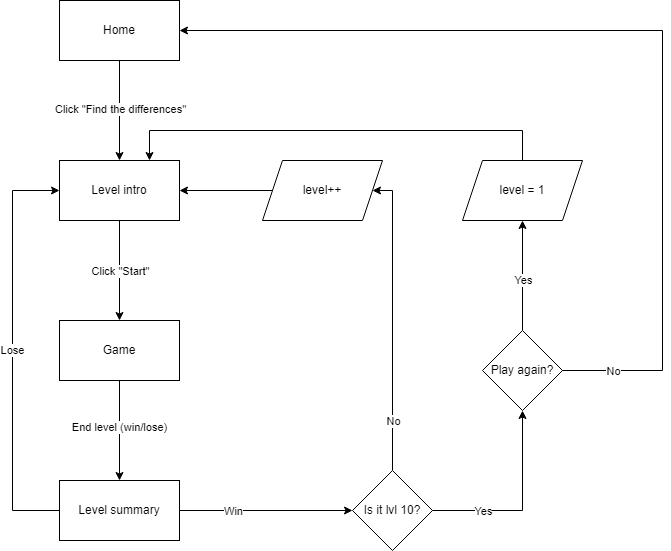
vasilyoshev/ai-assistant keeps this draw.io diagram as flowchart.png. Above is the earlier version. Source tidied: cells renumbered, new cells last; positions are measured from the earlier drawing's top-left corner, leaving out a move shared by most shapes.
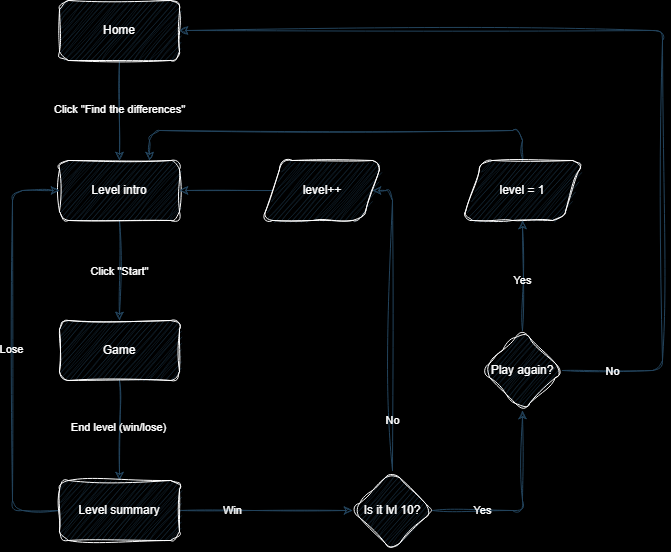
After the commit.

Change to the diagram source:
```diff
@@ -1,35 +1,35 @@
-<mxGraphModel>
+<mxGraphModel background="#000000">
   <root>
     <mxCell id="0" />
     <mxCell id="1" parent="0" />
-    <mxCell id="2" style="edgeStyle=orthogonalEdgeStyle;rounded=0;jettySize=auto;html=1;" parent="1" edge="1" source="4" target="7">
+    <mxCell id="2" style="edgeStyle=orthogonalEdgeStyle;rounded=1;jettySize=auto;html=1;labelBackgroundColor=none;strokeColor=#23445D;fontColor=default;sketch=1;curveFitting=1;jiggle=2;" parent="1" edge="1" source="4" target="7">
       <mxGeometry relative="1" as="geometry" />
     </mxCell>
-    <mxCell id="3" value="Click &quot;Find the differences&quot;" style="edgeLabel;html=1;align=center;verticalAlign=middle;" parent="2" vertex="1">
+    <mxCell id="3" value="Click &quot;Find the differences&quot;" style="edgeLabel;html=1;align=center;verticalAlign=middle;labelBackgroundColor=none;fontColor=#FFFFFF;rounded=1;sketch=1;curveFitting=1;jiggle=2;" parent="2" vertex="1">
       <mxGeometry x="-0.04" relative="1" as="geometry" />
     </mxCell>
-    <mxCell id="4" value="Home" style="rounded=0;whiteSpace=wrap;html=1;" parent="1" vertex="1">
+    <mxCell id="4" value="Home" style="rounded=1;whiteSpace=wrap;html=1;labelBackgroundColor=none;fillColor=#182E3E;strokeColor=#FFFFFF;fontColor=#FFFFFF;sketch=1;curveFitting=1;jiggle=2;" parent="1" vertex="1">
       <mxGeometry x="47" width="120" height="60" as="geometry" />
     </mxCell>
-    <mxCell id="5" style="edgeStyle=orthogonalEdgeStyle;rounded=0;jettySize=auto;html=1;exitX=0.5;exitY=1;exitDx=0;exitDy=0;entryX=0.5;entryY=0;entryDx=0;entryDy=0;" parent="1" edge="1" source="7" target="10">
+    <mxCell id="5" style="edgeStyle=orthogonalEdgeStyle;rounded=1;jettySize=auto;html=1;exitX=0.5;exitY=1;exitDx=0;exitDy=0;entryX=0.5;entryY=0;entryDx=0;entryDy=0;labelBackgroundColor=none;strokeColor=#23445D;fontColor=default;sketch=1;curveFitting=1;jiggle=2;" parent="1" edge="1" source="7" target="10">
       <mxGeometry relative="1" as="geometry" />
     </mxCell>
-    <mxCell id="6" value="Click &quot;Start&quot;" style="edgeLabel;html=1;align=center;verticalAlign=middle;" parent="5" vertex="1">
+    <mxCell id="6" value="Click &quot;Start&quot;" style="edgeLabel;html=1;align=center;verticalAlign=middle;labelBackgroundColor=none;fontColor=#FFFFFF;rounded=1;sketch=1;curveFitting=1;jiggle=2;" parent="5" vertex="1">
       <mxGeometry relative="1" as="geometry" />
     </mxCell>
-    <mxCell id="7" value="Level intro" style="rounded=0;whiteSpace=wrap;html=1;" parent="1" vertex="1">
+    <mxCell id="7" value="Level intro" style="rounded=1;whiteSpace=wrap;html=1;labelBackgroundColor=none;fillColor=#182E3E;strokeColor=#FFFFFF;fontColor=#FFFFFF;sketch=1;curveFitting=1;jiggle=2;" parent="1" vertex="1">
       <mxGeometry x="47" y="160" width="120" height="60" as="geometry" />
     </mxCell>
-    <mxCell id="8" style="edgeStyle=orthogonalEdgeStyle;rounded=0;jettySize=auto;html=1;entryX=0.5;entryY=0;entryDx=0;entryDy=0;" parent="1" edge="1" source="10" target="15">
+    <mxCell id="8" style="edgeStyle=orthogonalEdgeStyle;rounded=1;jettySize=auto;html=1;entryX=0.5;entryY=0;entryDx=0;entryDy=0;labelBackgroundColor=none;strokeColor=#23445D;fontColor=default;sketch=1;curveFitting=1;jiggle=2;" parent="1" edge="1" source="10" target="15">
       <mxGeometry relative="1" as="geometry" />
     </mxCell>
-    <mxCell id="9" value="End level (win/lose)" style="edgeLabel;html=1;align=center;verticalAlign=middle;" parent="8" vertex="1">
+    <mxCell id="9" value="End level (win/lose)" style="edgeLabel;html=1;align=center;verticalAlign=middle;labelBackgroundColor=none;fontColor=#FFFFFF;rounded=1;sketch=1;curveFitting=1;jiggle=2;" parent="8" vertex="1">
       <mxGeometry x="-0.08" y="-1" relative="1" as="geometry" />
     </mxCell>
-    <mxCell id="10" value="Game" style="rounded=0;whiteSpace=wrap;html=1;" parent="1" vertex="1">
+    <mxCell id="10" value="Game" style="rounded=1;whiteSpace=wrap;html=1;labelBackgroundColor=none;fillColor=#182E3E;strokeColor=#FFFFFF;fontColor=#FFFFFF;sketch=1;curveFitting=1;jiggle=2;" parent="1" vertex="1">
       <mxGeometry x="47" y="320" width="120" height="60" as="geometry" />
     </mxCell>
-    <mxCell id="11" style="edgeStyle=orthogonalEdgeStyle;rounded=0;jettySize=auto;html=1;entryX=0;entryY=0.5;entryDx=0;entryDy=0;" parent="1" edge="1" source="15" target="7">
+    <mxCell id="11" style="edgeStyle=orthogonalEdgeStyle;rounded=1;jettySize=auto;html=1;entryX=0;entryY=0.5;entryDx=0;entryDy=0;labelBackgroundColor=none;strokeColor=#23445D;fontColor=default;sketch=1;curveFitting=1;jiggle=2;" parent="1" edge="1" source="15" target="7">
       <mxGeometry relative="1" as="geometry">
         <Array as="points">
           <mxPoint y="510" />
@@ -37,58 +37,58 @@
         </Array>
       </mxGeometry>
     </mxCell>
-    <mxCell id="12" value="Lose" style="edgeLabel;html=1;align=center;verticalAlign=middle;" parent="11" vertex="1">
+    <mxCell id="12" value="Lose" style="edgeLabel;html=1;align=center;verticalAlign=middle;labelBackgroundColor=none;fontColor=#FFFFFF;rounded=1;sketch=1;curveFitting=1;jiggle=2;" parent="11" vertex="1">
       <mxGeometry x="0.01" y="1" relative="1" as="geometry" />
     </mxCell>
-    <mxCell id="13" style="edgeStyle=orthogonalEdgeStyle;rounded=0;jettySize=auto;html=1;exitX=1;exitY=0.5;exitDx=0;exitDy=0;" parent="1" edge="1" source="15" target="20">
+    <mxCell id="13" style="edgeStyle=orthogonalEdgeStyle;rounded=1;jettySize=auto;html=1;exitX=1;exitY=0.5;exitDx=0;exitDy=0;labelBackgroundColor=none;strokeColor=#23445D;fontColor=default;sketch=1;curveFitting=1;jiggle=2;" parent="1" edge="1" source="15" target="20">
       <mxGeometry relative="1" as="geometry" />
     </mxCell>
-    <mxCell id="14" value="Win" style="edgeLabel;html=1;align=center;verticalAlign=middle;" parent="13" vertex="1">
+    <mxCell id="14" value="Win" style="edgeLabel;html=1;align=center;verticalAlign=middle;labelBackgroundColor=none;fontColor=#FFFFFF;rounded=1;sketch=1;curveFitting=1;jiggle=2;" parent="13" vertex="1">
       <mxGeometry x="-0.2" y="-1" relative="1" as="geometry">
         <mxPoint x="-16" y="-1" as="offset" />
       </mxGeometry>
     </mxCell>
-    <mxCell id="15" value="Level summary" style="rounded=0;whiteSpace=wrap;html=1;" parent="1" vertex="1">
+    <mxCell id="15" value="Level summary" style="rounded=1;whiteSpace=wrap;html=1;labelBackgroundColor=none;fillColor=#182E3E;strokeColor=#FFFFFF;fontColor=#FFFFFF;sketch=1;curveFitting=1;jiggle=2;" parent="1" vertex="1">
       <mxGeometry x="47" y="480" width="120" height="60" as="geometry" />
     </mxCell>
-    <mxCell id="16" style="edgeStyle=orthogonalEdgeStyle;rounded=0;jettySize=auto;html=1;exitX=0.5;exitY=0;exitDx=0;exitDy=0;entryX=1;entryY=0.5;entryDx=0;entryDy=0;" parent="1" edge="1" source="20" target="22">
+    <mxCell id="16" style="edgeStyle=orthogonalEdgeStyle;rounded=1;jettySize=auto;html=1;exitX=0.5;exitY=0;exitDx=0;exitDy=0;entryX=1;entryY=0.5;entryDx=0;entryDy=0;labelBackgroundColor=none;strokeColor=#23445D;fontColor=default;sketch=1;curveFitting=1;jiggle=2;" parent="1" edge="1" source="20" target="22">
       <mxGeometry relative="1" as="geometry">
         <Array as="points">
           <mxPoint x="380" y="190" />
         </Array>
       </mxGeometry>
     </mxCell>
-    <mxCell id="17" value="No" style="edgeLabel;html=1;align=center;verticalAlign=middle;" parent="16" vertex="1">
+    <mxCell id="17" value="No" style="edgeLabel;html=1;align=center;verticalAlign=middle;labelBackgroundColor=none;fontColor=#FFFFFF;rounded=1;sketch=1;curveFitting=1;jiggle=2;" parent="16" vertex="1">
       <mxGeometry x="0.29" y="2" relative="1" as="geometry">
         <mxPoint x="2" y="143" as="offset" />
       </mxGeometry>
     </mxCell>
-    <mxCell id="18" style="edgeStyle=orthogonalEdgeStyle;rounded=0;jettySize=auto;html=1;entryX=0.5;entryY=1;entryDx=0;entryDy=0;" parent="1" edge="1" source="20" target="27">
+    <mxCell id="18" style="edgeStyle=orthogonalEdgeStyle;rounded=1;jettySize=auto;html=1;entryX=0.5;entryY=1;entryDx=0;entryDy=0;labelBackgroundColor=none;strokeColor=#23445D;fontColor=default;sketch=1;curveFitting=1;jiggle=2;" parent="1" edge="1" source="20" target="27">
       <mxGeometry relative="1" as="geometry" />
     </mxCell>
-    <mxCell id="19" value="Yes" style="edgeLabel;html=1;align=center;verticalAlign=middle;" parent="18" vertex="1">
+    <mxCell id="19" value="Yes" style="edgeLabel;html=1;align=center;verticalAlign=middle;labelBackgroundColor=none;fontColor=#FFFFFF;rounded=1;sketch=1;curveFitting=1;jiggle=2;" parent="18" vertex="1">
       <mxGeometry x="-0.02" relative="1" as="geometry">
         <mxPoint x="-40" y="3" as="offset" />
       </mxGeometry>
     </mxCell>
-    <mxCell id="20" value="Is it lvl 10?" style="rhombus;whiteSpace=wrap;html=1;" parent="1" vertex="1">
+    <mxCell id="20" value="Is it lvl 10?" style="rhombus;whiteSpace=wrap;html=1;labelBackgroundColor=none;fillColor=#182E3E;strokeColor=#FFFFFF;fontColor=#FFFFFF;rounded=1;sketch=1;curveFitting=1;jiggle=2;" parent="1" vertex="1">
       <mxGeometry x="340" y="470" width="80" height="80" as="geometry" />
     </mxCell>
-    <mxCell id="21" style="edgeStyle=orthogonalEdgeStyle;rounded=0;jettySize=auto;html=1;" parent="1" edge="1" source="22" target="7">
+    <mxCell id="21" style="edgeStyle=orthogonalEdgeStyle;rounded=1;jettySize=auto;html=1;labelBackgroundColor=none;strokeColor=#23445D;fontColor=default;sketch=1;curveFitting=1;jiggle=2;" parent="1" edge="1" source="22" target="7">
       <mxGeometry relative="1" as="geometry" />
     </mxCell>
-    <mxCell id="22" value="level++" style="shape=parallelogram;perimeter=parallelogramPerimeter;whiteSpace=wrap;html=1;fixedSize=1;" parent="1" vertex="1">
+    <mxCell id="22" value="level++" style="shape=parallelogram;perimeter=parallelogramPerimeter;whiteSpace=wrap;html=1;fixedSize=1;labelBackgroundColor=none;fillColor=#182E3E;strokeColor=#FFFFFF;fontColor=#FFFFFF;rounded=1;sketch=1;curveFitting=1;jiggle=2;" parent="1" vertex="1">
       <mxGeometry x="250" y="160" width="120" height="60" as="geometry" />
     </mxCell>
-    <mxCell id="23" style="edgeStyle=orthogonalEdgeStyle;rounded=0;jettySize=auto;html=1;entryX=0.5;entryY=1;entryDx=0;entryDy=0;" parent="1" edge="1" source="27" target="29">
+    <mxCell id="23" style="edgeStyle=orthogonalEdgeStyle;rounded=1;jettySize=auto;html=1;entryX=0.5;entryY=1;entryDx=0;entryDy=0;labelBackgroundColor=none;strokeColor=#23445D;fontColor=default;sketch=1;curveFitting=1;jiggle=2;" parent="1" edge="1" source="27" target="29">
       <mxGeometry relative="1" as="geometry" />
     </mxCell>
-    <mxCell id="24" value="Yes" style="edgeLabel;html=1;align=center;verticalAlign=middle;" parent="23" vertex="1">
+    <mxCell id="24" value="Yes" style="edgeLabel;html=1;align=center;verticalAlign=middle;labelBackgroundColor=none;fontColor=#FFFFFF;rounded=1;sketch=1;curveFitting=1;jiggle=2;" parent="23" vertex="1">
       <mxGeometry x="-0.01" relative="1" as="geometry">
         <mxPoint y="4" as="offset" />
       </mxGeometry>
     </mxCell>
-    <mxCell id="25" style="edgeStyle=orthogonalEdgeStyle;rounded=0;jettySize=auto;html=1;entryX=1;entryY=0.5;entryDx=0;entryDy=0;" parent="1" edge="1" source="27" target="4">
+    <mxCell id="25" style="edgeStyle=orthogonalEdgeStyle;rounded=1;jettySize=auto;html=1;entryX=1;entryY=0.5;entryDx=0;entryDy=0;labelBackgroundColor=none;strokeColor=#23445D;fontColor=default;sketch=1;curveFitting=1;jiggle=2;" parent="1" edge="1" source="27" target="4">
       <mxGeometry relative="1" as="geometry">
         <Array as="points">
           <mxPoint x="650" y="370" />
@@ -96,15 +96,15 @@
         </Array>
       </mxGeometry>
     </mxCell>
-    <mxCell id="26" value="No" style="edgeLabel;html=1;align=center;verticalAlign=middle;" parent="25" vertex="1">
+    <mxCell id="26" value="No" style="edgeLabel;html=1;align=center;verticalAlign=middle;labelBackgroundColor=none;fontColor=#FFFFFF;rounded=1;sketch=1;curveFitting=1;jiggle=2;" parent="25" vertex="1">
       <mxGeometry x="-0.44" y="-1" relative="1" as="geometry">
         <mxPoint x="-51" y="158" as="offset" />
       </mxGeometry>
     </mxCell>
-    <mxCell id="27" value="Play again?" style="rhombus;whiteSpace=wrap;html=1;" parent="1" vertex="1">
+    <mxCell id="27" value="Play again?" style="rhombus;whiteSpace=wrap;html=1;labelBackgroundColor=none;fillColor=#182E3E;strokeColor=#FFFFFF;fontColor=#FFFFFF;rounded=1;sketch=1;curveFitting=1;jiggle=2;" parent="1" vertex="1">
       <mxGeometry x="470" y="330" width="80" height="80" as="geometry" />
     </mxCell>
-    <mxCell id="28" style="edgeStyle=orthogonalEdgeStyle;rounded=0;jettySize=auto;html=1;entryX=0.75;entryY=0;entryDx=0;entryDy=0;" parent="1" edge="1" source="29" target="7">
+    <mxCell id="28" style="edgeStyle=orthogonalEdgeStyle;rounded=1;jettySize=auto;html=1;entryX=0.75;entryY=0;entryDx=0;entryDy=0;labelBackgroundColor=none;strokeColor=#23445D;fontColor=default;sketch=1;curveFitting=1;jiggle=2;" parent="1" edge="1" source="29" target="7">
       <mxGeometry relative="1" as="geometry">
         <Array as="points">
           <mxPoint x="510" y="130" />
@@ -112,7 +112,7 @@
         </Array>
       </mxGeometry>
     </mxCell>
-    <mxCell id="29" value="level = 1" style="shape=parallelogram;perimeter=parallelogramPerimeter;whiteSpace=wrap;html=1;fixedSize=1;" parent="1" vertex="1">
+    <mxCell id="29" value="level = 1" style="shape=parallelogram;perimeter=parallelogramPerimeter;whiteSpace=wrap;html=1;fixedSize=1;labelBackgroundColor=none;fillColor=#182E3E;strokeColor=#FFFFFF;fontColor=#FFFFFF;rounded=1;sketch=1;curveFitting=1;jiggle=2;" parent="1" vertex="1">
       <mxGeometry x="450" y="160" width="120" height="60" as="geometry" />
     </mxCell>
   </root>
```
